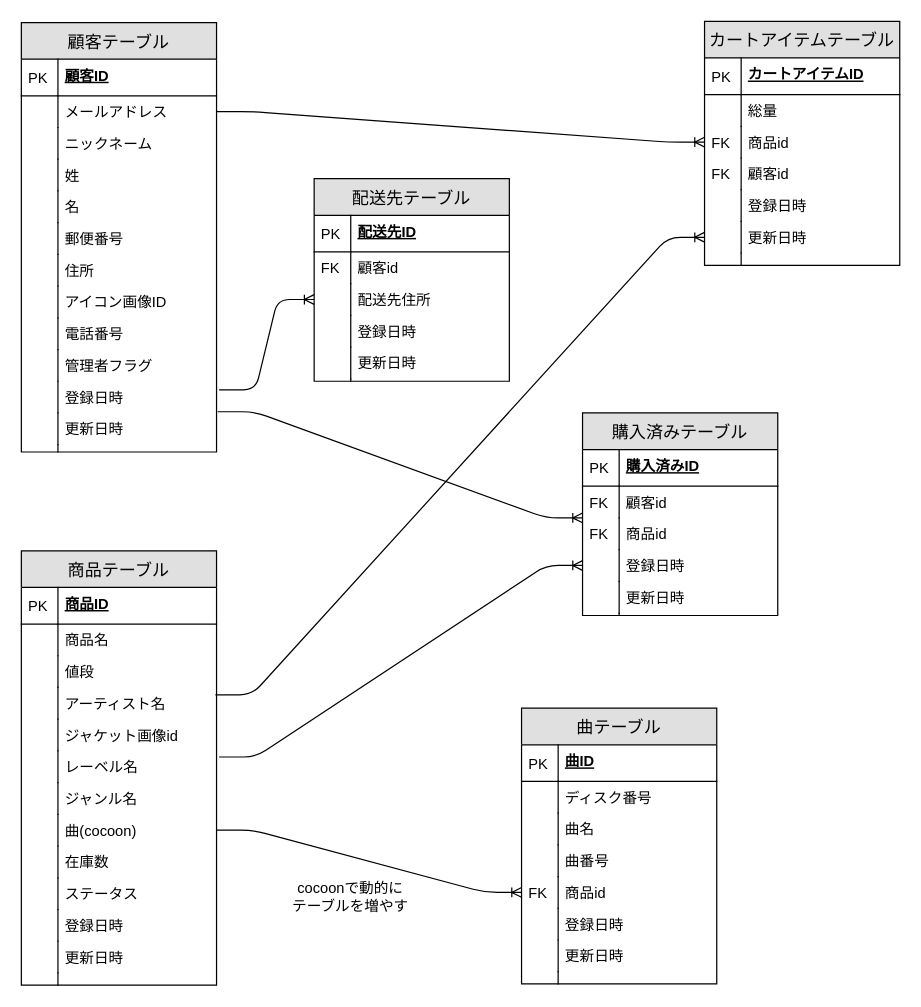
Before: Design/ER図.drawio in saezurucrow/ec-site, a draw.io diagram. Source tidied: cells renumbered, new cells numbered last; positions are measured from the earlier drawing's top-left corner, leaving out a move shared by most shapes. Both pictures are drawn from the tidied source at 122%, with x=0, y=0 at pixel (21, 21).
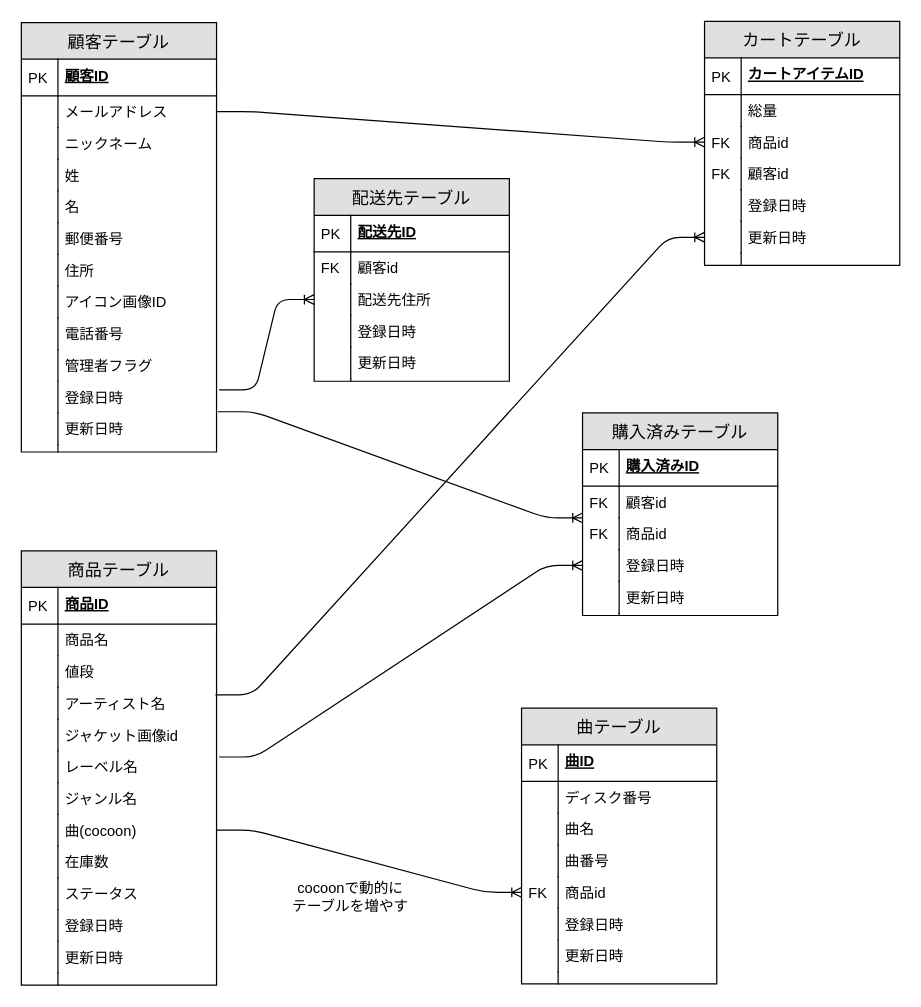
The same diagram, later.

The edit, as a diff of the source:
```diff
@@
-    <mxCell id="73" value="カートアイテムテーブル" style="swimlane;fontStyle=0;horizontal=1;startSize=30;fillColor=#e0e0e0;swimlaneFillColor=#ffffff;align=center;fontSize=14;" parent="1" vertex="1">
+    <mxCell id="73" value="カートテーブル" style="swimlane;fontStyle=0;horizontal=1;startSize=30;fillColor=#e0e0e0;swimlaneFillColor=#ffffff;align=center;fontSize=14;" parent="1" vertex="1">
       <mxGeometry x="560" width="160" height="200" as="geometry" />
     </mxCell>
```
